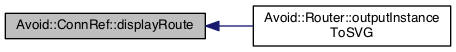
Earlier version of the Graphviz export documentation/classAvoid_1_1ConnRef_ab7462cd69bd1d2c4dd318119558b4a94_icgraph.png (mjwybrow/adaptagrams). Its source is kept beside it as documentation/classAvoid_1_1ConnRef_ab7462cd69bd1d2c4dd318119558b4a94_icgraph.dot.
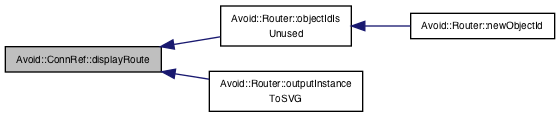
Later version of the same file.

Change to the diagram source:
```diff
@@ -3,7 +3,11 @@
   edge [fontname="Helvetica",fontsize="10",labelfontname="Helvetica",labelfontsize="10"];
   node [fontname="Helvetica",fontsize="10",shape=record];
   rankdir="LR";
-  Node1 [label="Avoid::ConnRef::displayRoute",height=0.2,width=0.4,color="black", fillcolor="grey75", style="filled", fontcolor="black"];
-  Node1 -> Node2 [dir="back",color="midnightblue",fontsize="10",style="solid",fontname="Helvetica"];
-  Node2 [label="Avoid::Router::outputInstance\lToSVG",height=0.2,width=0.4,color="black", fillcolor="white", style="filled",URL="$classAvoid_1_1Router.html#a458aae2d6447e0958e4916a8c29bbb47",tooltip="Generates an SVG file containing debug output and code that can be used to regenerate the instance..."];
+  Node17 [label="Avoid::ConnRef::displayRoute",height=0.2,width=0.4,color="black", fillcolor="grey75", style="filled", fontcolor="black"];
+  Node17 -> Node18 [dir="back",color="midnightblue",fontsize="10",style="solid",fontname="Helvetica"];
+  Node18 [label="Avoid::Router::objectIdIs\lUnused",height=0.2,width=0.4,color="black", fillcolor="white", style="filled",URL="$classAvoid_1_1Router.html#a8f36729c98e13e57d2c56c0d1facf86c",tooltip="Returns whether or not the given ID is already used. "];
+  Node18 -> Node19 [dir="back",color="midnightblue",fontsize="10",style="solid",fontname="Helvetica"];
+  Node19 [label="Avoid::Router::newObjectId",height=0.2,width=0.4,color="black", fillcolor="white", style="filled",URL="$classAvoid_1_1Router.html#a202c28fcb04f7af2183fe6849b4ce2f3",tooltip="Returns the object ID used for automatically generated objects, such as during hyperedge routing..."];
+  Node17 -> Node20 [dir="back",color="midnightblue",fontsize="10",style="solid",fontname="Helvetica"];
+  Node20 [label="Avoid::Router::outputInstance\lToSVG",height=0.2,width=0.4,color="black", fillcolor="white", style="filled",URL="$classAvoid_1_1Router.html#a458aae2d6447e0958e4916a8c29bbb47",tooltip="Generates an SVG file containing debug output and code that can be used to regenerate the instance..."];
 }
```
